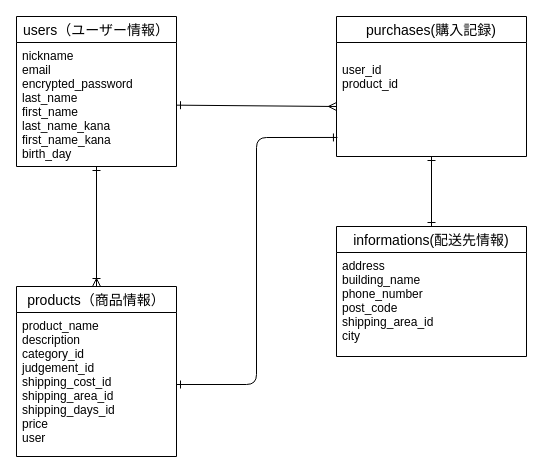
The draw.io diagram furimaDB.dio in Taketai/furima-35685, before the edit. Source tidied: cells renumbered, new cells numbered last; positions are measured from the earlier drawing's top-left corner, leaving out a move shared by most shapes. Both pictures are drawn from the tidied source at 100%, with x=0, y=0 at pixel (16, 16).
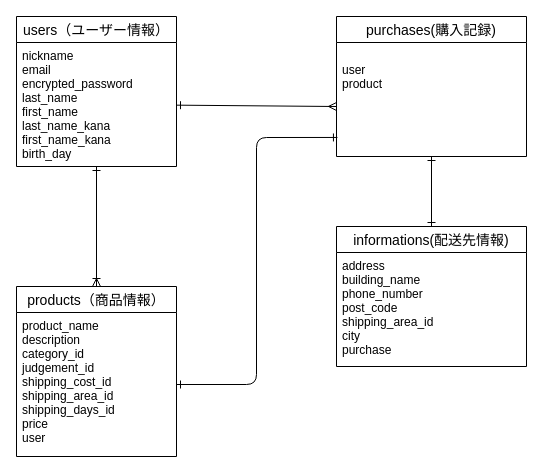
The same diagram, later.

What changed in the source:
```diff
@@
 <mxGraphModel>
   <root>
     <mxCell id="0" />
     <mxCell id="1" parent="0" />
     <mxCell id="2" value="users（ユーザー情報）" style="swimlane;fontStyle=0;horizontal=1;startSize=26;align=center;fontSize=14;" parent="1" vertex="1">
       <mxGeometry width="160" height="150" as="geometry" />
     </mxCell>
     <mxCell id="3" value="nickname&#10;email&#10;encrypted_password&#10;last_name&#10;first_name&#10;last_name_kana&#10;first_name_kana&#10;birth_day&#10;" style="text;strokeColor=none;fillColor=none;spacingLeft=4;spacingRight=4;overflow=hidden;points=[[0,0.5],[1,0.5]];portConstraint=eastwest;fontSize=12;" parent="2" vertex="1">
       <mxGeometry y="26" width="160" height="124" as="geometry" />
     </mxCell>
     <mxCell id="4" value="purchases(購入記録)" style="swimlane;fontStyle=0;horizontal=1;startSize=26;align=center;fontSize=14;" parent="1" vertex="1">
       <mxGeometry x="320" width="190" height="140" as="geometry" />
     </mxCell>
-    <mxCell id="5" value="&#10;user_id&#10;product_id" style="text;strokeColor=none;fillColor=none;spacingLeft=4;spacingRight=4;overflow=hidden;points=[[0,0.5],[1,0.5]];portConstraint=eastwest;fontSize=12;" parent="4" vertex="1">
+    <mxCell id="5" value="&#10;user&#10;product" style="text;strokeColor=none;fillColor=none;spacingLeft=4;spacingRight=4;overflow=hidden;points=[[0,0.5],[1,0.5]];portConstraint=eastwest;fontSize=12;" parent="4" vertex="1">
       <mxGeometry y="26" width="190" height="114" as="geometry" />
     </mxCell>
     <mxCell id="6" value="products（商品情報）" style="swimlane;fontStyle=0;horizontal=1;startSize=26;align=center;fontSize=14;" parent="1" vertex="1">
       <mxGeometry y="270" width="160" height="170" as="geometry" />
     </mxCell>
     <mxCell id="7" value="product_name&#10;description&#10;category_id&#10;judgement_id&#10;shipping_cost_id&#10;shipping_area_id&#10;shipping_days_id&#10;price&#10;user" style="text;strokeColor=none;fillColor=none;spacingLeft=4;spacingRight=4;overflow=hidden;points=[[0,0.5],[1,0.5]];portConstraint=eastwest;fontSize=12;" parent="6" vertex="1">
       <mxGeometry y="26" width="160" height="144" as="geometry" />
     </mxCell>
     <mxCell id="8" style="fontSize=12;html=1;endArrow=ERoneToMany;entryX=0.5;entryY=0;entryDx=0;entryDy=0;startArrow=ERone;startFill=0;" parent="1" edge="1" source="3" target="6">
       <mxGeometry relative="1" as="geometry" />
     </mxCell>
     <mxCell id="9" style="fontSize=12;html=1;endArrow=ERmany;startArrow=ERone;startFill=0;endFill=0;" parent="1" edge="1" source="3">
       <mxGeometry relative="1" as="geometry">
         <mxPoint x="320" y="90" as="targetPoint" />
       </mxGeometry>
     </mxCell>
     <mxCell id="10" value="informations(配送先情報)" style="swimlane;fontStyle=0;horizontal=1;startSize=26;align=center;fontSize=14;" parent="1" vertex="1">
-      <mxGeometry x="320" y="210" width="190" height="130" as="geometry" />
+      <mxGeometry x="320" y="210" width="190" height="140" as="geometry" />
     </mxCell>
-    <mxCell id="11" value="address&#10;building_name&#10;phone_number&#10;post_code&#10;shipping_area_id&#10;city" style="text;strokeColor=none;fillColor=none;spacingLeft=4;spacingRight=4;overflow=hidden;fontSize=12;" parent="10" vertex="1">
-      <mxGeometry y="26" width="190" height="104" as="geometry" />
+    <mxCell id="11" value="address&#10;building_name&#10;phone_number&#10;post_code&#10;shipping_area_id&#10;city&#10;purchase" style="text;strokeColor=none;fillColor=none;spacingLeft=4;spacingRight=4;overflow=hidden;fontSize=12;" parent="10" vertex="1">
+      <mxGeometry y="26" width="190" height="114" as="geometry" />
     </mxCell>
     <mxCell id="12" style="fontSize=12;html=1;endArrow=ERone;endFill=1;startArrow=ERone;startFill=0;" parent="1" edge="1" source="10">
       <mxGeometry relative="1" as="geometry">
         <mxPoint x="415" y="140" as="targetPoint" />
       </mxGeometry>
     </mxCell>
     <mxCell id="13" style="fontSize=12;html=1;endArrow=ERone;startArrow=ERone;edgeStyle=orthogonalEdgeStyle;entryX=0.005;entryY=0.833;entryDx=0;entryDy=0;entryPerimeter=0;startFill=0;endFill=0;" parent="1" edge="1" source="7" target="5">
       <mxGeometry relative="1" as="geometry" />
     </mxCell>
   </root>
 </mxGraphModel>
```
